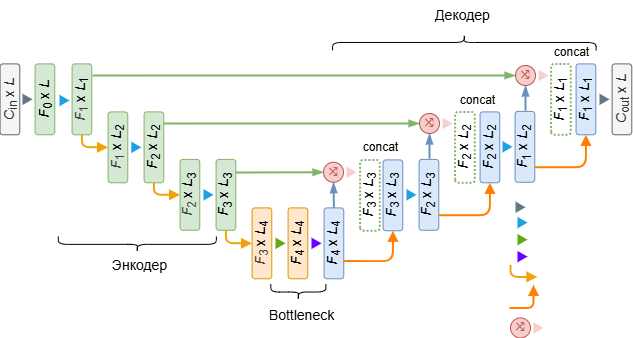
The draw.io diagram images/parametersEstimation/model_block_diagram.drawio.png in romangorbunov91/master-thesis-2026, before a commit. Source tidied: cells renumbered, new cells last; positions are measured from the earlier drawing's top-left corner, leaving out a move shared by most shapes.
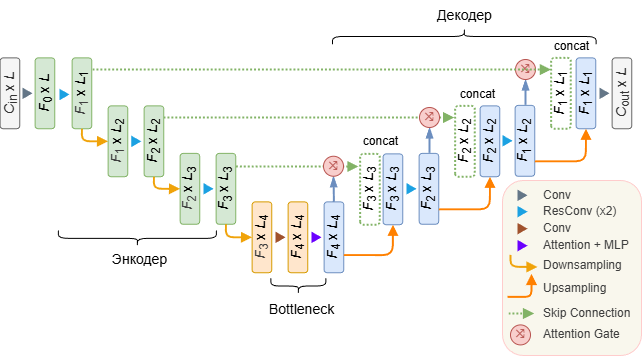
Later version of the same file.

What changed in the source:
```diff
@@ -2,6 +2,9 @@
   <root>
     <mxCell id="0" />
     <mxCell id="1" parent="0" />
+    <mxCell id="65" style="rounded=1;whiteSpace=wrap;html=1;fillColor=#f9f7ed;strokeColor=#FFCCCC;" parent="1" vertex="1">
+      <mxGeometry x="528" y="276" width="139" height="175" as="geometry" />
+    </mxCell>
     <mxCell id="2" value="&lt;font style=&quot;font-size: 14px; line-height: 100%;&quot;&gt;&lt;i&gt;C&lt;/i&gt;&lt;sub style=&quot;line-height: 100%;&quot;&gt;in&lt;/sub&gt; x &lt;i&gt;L&lt;/i&gt;&lt;/font&gt;" style="rounded=1;whiteSpace=wrap;html=1;rotation=-90;fillColor=#f5f5f5;strokeColor=#666666;glass=0;fontColor=#333333;" parent="1" vertex="1">
       <mxGeometry y="179" width="70.9" height="19.7" as="geometry" />
     </mxCell>
@@ -14,8 +17,10 @@
     <mxCell id="5" value="&lt;font style=&quot;font-size: 14px; line-height: 100%;&quot;&gt;&lt;i style=&quot;color: rgb(63, 63, 63); scrollbar-color: rgb(226, 226, 226) rgb(251, 251, 251);&quot;&gt;F&lt;/i&gt;&lt;sub style=&quot;color: rgb(63, 63, 63); scrollbar-color: rgb(226, 226, 226) rgb(251, 251, 251); line-height: 11.6667px;&quot;&gt;2&lt;/sub&gt;&amp;nbsp;x &lt;i&gt;L&lt;/i&gt;&lt;sub&gt;3&lt;/sub&gt;&lt;/font&gt;" style="rounded=1;whiteSpace=wrap;html=1;rotation=-90;fillColor=#d5e8d4;strokeColor=#82b366;" parent="1" vertex="1">
       <mxGeometry x="180" y="274.5" width="70.9" height="19.7" as="geometry" />
     </mxCell>
-    <mxCell id="6" style="edgeStyle=none;html=1;exitX=0.815;exitY=1.008;exitDx=0;exitDy=0;entryX=0;entryY=0.5;entryDx=0;entryDy=0;exitPerimeter=0;rounded=0;curved=0;fillColor=#d5e8d4;strokeColor=#82b366;strokeWidth=1.9685;endArrow=blockThin;endFill=1;" parent="1" edge="1" source="7" target="22">
-      <mxGeometry relative="1" as="geometry" />
+    <mxCell id="6" style="edgeStyle=none;html=1;exitX=0.815;exitY=1.008;exitDx=0;exitDy=0;exitPerimeter=0;rounded=0;curved=0;fillColor=#d5e8d4;strokeColor=#82b366;strokeWidth=1.9685;endArrow=block;endFill=1;dashed=1;dashPattern=1 1;" parent="1" edge="1" source="7">
+      <mxGeometry relative="1" as="geometry">
+        <mxPoint x="384" y="262" as="targetPoint" />
+      </mxGeometry>
     </mxCell>
     <mxCell id="7" value="&lt;font style=&quot;font-size: 14px; line-height: 100%;&quot;&gt;&lt;i&gt;F&lt;/i&gt;&lt;sub style=&quot;line-height: 100%;&quot;&gt;3&lt;/sub&gt;&amp;nbsp;x &lt;i&gt;L&lt;/i&gt;&lt;sub&gt;3&lt;/sub&gt;&lt;/font&gt;" style="rounded=1;whiteSpace=wrap;html=1;rotation=-90;fillColor=#d5e8d4;strokeColor=#82b366;" parent="1" vertex="1">
       <mxGeometry x="216" y="274.5" width="70.9" height="19.7" as="geometry" />
@@ -41,7 +46,7 @@
     <mxCell id="14" style="triangle;whiteSpace=wrap;html=1;fillColor=#1ba1e2;fontColor=#ffffff;strokeColor=none;" parent="1" vertex="1">
       <mxGeometry x="229" y="278.6" width="10" height="11.5" as="geometry" />
     </mxCell>
-    <mxCell id="15" style="triangle;whiteSpace=wrap;html=1;fillColor=#60a917;fontColor=#ffffff;strokeColor=none;" parent="1" vertex="1">
+    <mxCell id="15" style="triangle;whiteSpace=wrap;html=1;fillColor=#a0522d;fontColor=#ffffff;strokeColor=none;" parent="1" vertex="1">
       <mxGeometry x="301" y="327.1" width="10" height="11.5" as="geometry" />
     </mxCell>
     <mxCell id="16" value="&lt;font style=&quot;font-size: 14px; line-height: 100%;&quot;&gt;&lt;i&gt;F&lt;/i&gt;&lt;sub style=&quot;line-height: 100%;&quot;&gt;4&lt;/sub&gt;&amp;nbsp;x &lt;i&gt;L&lt;/i&gt;&lt;sub&gt;4&lt;/sub&gt;&lt;/font&gt;" style="rounded=1;whiteSpace=wrap;html=1;rotation=-90;fillColor=#dae8fc;strokeColor=#6c8ebf;" parent="1" vertex="1">
@@ -89,9 +94,6 @@
     <mxCell id="30" value="&lt;div style=&quot;text-align: left;&quot;&gt;&lt;span style=&quot;background-color: transparent; font-size: 14px; text-wrap-mode: wrap;&quot;&gt;Bottleneck&lt;/span&gt;&lt;/div&gt;" style="text;html=1;align=center;verticalAlign=middle;strokeColor=none;fillColor=none;" parent="1" vertex="1">
       <mxGeometry x="285" y="390" width="84" height="30" as="geometry" />
     </mxCell>
-    <mxCell id="31" style="triangle;whiteSpace=wrap;html=1;fillColor=#f8cecc;strokeColor=none;" parent="1" vertex="1">
-      <mxGeometry x="372" y="256" width="10" height="11.5" as="geometry" />
-    </mxCell>
     <mxCell id="32" style="shape=curlyBracket;whiteSpace=wrap;html=1;rounded=1;flipH=1;labelPosition=right;verticalLabelPosition=middle;align=left;verticalAlign=middle;rotation=90;" parent="1" vertex="1">
       <mxGeometry x="316" y="354" width="15.7" height="55.1" as="geometry" />
     </mxCell>
@@ -107,7 +109,7 @@
     <mxCell id="36" style="edgeStyle=orthogonalEdgeStyle;html=1;strokeColor=#FF8000;fillColor=#fa6800;endArrow=block;endFill=1;strokeWidth=1.9685;exitX=0.211;exitY=1.006;exitDx=0;exitDy=0;entryX=0;entryY=0.5;entryDx=0;entryDy=0;exitPerimeter=0;" parent="1" edge="1" source="24" target="26">
       <mxGeometry relative="1" as="geometry" />
     </mxCell>
-    <mxCell id="37" style="edgeStyle=none;html=1;exitX=0.836;exitY=0.986;exitDx=0;exitDy=0;entryX=0;entryY=0.5;entryDx=0;entryDy=0;exitPerimeter=0;rounded=0;curved=0;fillColor=#d5e8d4;strokeColor=#82b366;strokeWidth=1.9685;endArrow=blockThin;endFill=1;" parent="1" edge="1" source="4" target="39">
+    <mxCell id="37" style="edgeStyle=none;html=1;exitX=0.836;exitY=0.986;exitDx=0;exitDy=0;entryX=0.836;entryY=-0.05;entryDx=0;entryDy=0;exitPerimeter=0;rounded=0;curved=0;fillColor=#d5e8d4;strokeColor=#82b366;strokeWidth=1.9685;endArrow=block;endFill=1;entryPerimeter=0;dashed=1;dashPattern=1 1;" parent="1" edge="1" source="4" target="25">
       <mxGeometry relative="1" as="geometry" />
     </mxCell>
     <mxCell id="38" style="edgeStyle=none;html=1;exitX=1;exitY=0.5;exitDx=0;exitDy=0;rounded=0;curved=0;strokeWidth=1.9685;endArrow=blockThin;endFill=1;fillColor=#dae8fc;strokeColor=#6c8ebf;" parent="1" edge="1" target="39">
@@ -118,9 +120,6 @@
     <mxCell id="39" value="&lt;span style=&quot;font-family: ui-monospace, SFMono-Regular, &amp;quot;SF Mono&amp;quot;, Menlo, Consolas, &amp;quot;Liberation Mono&amp;quot;, monospace; font-size: 14px; letter-spacing: -0.56px; text-align: start; white-space-collapse: preserve-breaks; line-height: 100%;&quot;&gt;&lt;font style=&quot;color: rgb(184, 84, 80);&quot;&gt;⤨&lt;/font&gt;&lt;/span&gt;" style="ellipse;whiteSpace=wrap;html=1;fillColor=#f8cecc;strokeColor=#b85450;" parent="1" vertex="1">
       <mxGeometry x="445" y="203" width="20" height="20" as="geometry" />
     </mxCell>
-    <mxCell id="40" style="triangle;whiteSpace=wrap;html=1;fillColor=#f8cecc;strokeColor=none;" parent="1" vertex="1">
-      <mxGeometry x="468" y="207.2" width="10" height="11.5" as="geometry" />
-    </mxCell>
     <mxCell id="41" style="triangle;whiteSpace=wrap;html=1;fillColor=#1ba1e2;fontColor=#ffffff;strokeColor=none;" parent="1" vertex="1">
       <mxGeometry x="528" y="230.6" width="10" height="11.5" as="geometry" />
     </mxCell>
@@ -144,17 +143,14 @@
     <mxCell id="47" value="&lt;span style=&quot;font-family: ui-monospace, SFMono-Regular, &amp;quot;SF Mono&amp;quot;, Menlo, Consolas, &amp;quot;Liberation Mono&amp;quot;, monospace; font-size: 14px; letter-spacing: -0.56px; text-align: start; white-space-collapse: preserve-breaks; line-height: 100%;&quot;&gt;&lt;font style=&quot;color: rgb(184, 84, 80);&quot;&gt;⤨&lt;/font&gt;&lt;/span&gt;" style="ellipse;whiteSpace=wrap;html=1;fillColor=#f8cecc;strokeColor=#b85450;" parent="1" vertex="1">
       <mxGeometry x="541" y="155" width="20" height="20" as="geometry" />
     </mxCell>
-    <mxCell id="48" style="triangle;whiteSpace=wrap;html=1;fillColor=#f8cecc;strokeColor=none;" parent="1" vertex="1">
-      <mxGeometry x="564" y="159.2" width="10" height="11.5" as="geometry" />
-    </mxCell>
-    <mxCell id="49" style="edgeStyle=none;html=1;exitX=0.836;exitY=1.037;exitDx=0;exitDy=0;entryX=0;entryY=0.5;entryDx=0;entryDy=0;exitPerimeter=0;rounded=0;curved=0;fillColor=#d5e8d4;strokeColor=#82b366;strokeWidth=1.9685;endArrow=blockThin;endFill=1;" parent="1" edge="1" source="3" target="47">
+    <mxCell id="49" style="edgeStyle=none;html=1;exitX=0.836;exitY=1.037;exitDx=0;exitDy=0;entryX=0.836;entryY=-0.009;entryDx=0;entryDy=0;exitPerimeter=0;rounded=0;curved=0;fillColor=#d5e8d4;strokeColor=#82b366;strokeWidth=1.9685;endArrow=block;endFill=1;dashed=1;dashPattern=1 1;entryPerimeter=0;" parent="1" edge="1" source="3" target="43">
       <mxGeometry relative="1" as="geometry" />
     </mxCell>
     <mxCell id="50" style="shape=curlyBracket;whiteSpace=wrap;html=1;rounded=1;flipH=1;labelPosition=right;verticalLabelPosition=middle;align=left;verticalAlign=middle;rotation=-90;" parent="1" vertex="1">
       <mxGeometry x="482" y="0.2" width="15.7" height="263.6" as="geometry" />
     </mxCell>
     <mxCell id="51" value="&lt;div style=&quot;text-align: left;&quot;&gt;&lt;span style=&quot;background-color: transparent; font-size: 14px; text-wrap-mode: wrap;&quot;&gt;Декодер&lt;/span&gt;&lt;/div&gt;" style="text;html=1;align=center;verticalAlign=middle;strokeColor=none;fillColor=none;" parent="1" vertex="1">
-      <mxGeometry x="451" y="90" width="74" height="30" as="geometry" />
+      <mxGeometry x="453" y="96" width="74" height="30" as="geometry" />
     </mxCell>
     <mxCell id="52" style="triangle;whiteSpace=wrap;html=1;fillColor=#647687;fontColor=#ffffff;strokeColor=none;" parent="1" vertex="1">
       <mxGeometry x="625" y="183.1" width="10" height="11.5" as="geometry" />
@@ -163,42 +159,39 @@
       <mxGeometry x="612" y="179" width="70.9" height="19.7" as="geometry" />
     </mxCell>
     <mxCell id="54" style="triangle;whiteSpace=wrap;html=1;fillColor=#647687;fontColor=#ffffff;strokeColor=none;" parent="1" vertex="1">
-      <mxGeometry x="541" y="291" width="10" height="11.5" as="geometry" />
+      <mxGeometry x="543" y="285.1" width="10" height="11.5" as="geometry" />
     </mxCell>
     <mxCell id="55" style="triangle;whiteSpace=wrap;html=1;fillColor=#1ba1e2;fontColor=#ffffff;strokeColor=none;" parent="1" vertex="1">
-      <mxGeometry x="543" y="306.4" width="10" height="11.5" as="geometry" />
+      <mxGeometry x="543" y="301.4" width="10" height="11.5" as="geometry" />
     </mxCell>
-    <mxCell id="56" style="triangle;whiteSpace=wrap;html=1;fillColor=#60a917;fontColor=#ffffff;strokeColor=none;" parent="1" vertex="1">
-      <mxGeometry x="543" y="323.4" width="10" height="11.5" as="geometry" />
+    <mxCell id="56" style="triangle;whiteSpace=wrap;html=1;fillColor=#a0522d;fontColor=#ffffff;strokeColor=none;" parent="1" vertex="1">
+      <mxGeometry x="543" y="318.4" width="10" height="11.5" as="geometry" />
     </mxCell>
     <mxCell id="57" style="triangle;whiteSpace=wrap;html=1;fillColor=#6a00ff;fontColor=#ffffff;strokeColor=none;" parent="1" vertex="1">
-      <mxGeometry x="543" y="340.4" width="10" height="11.5" as="geometry" />
+      <mxGeometry x="543" y="335.4" width="10" height="11.5" as="geometry" />
     </mxCell>
     <mxCell id="58" style="edgeStyle=orthogonalEdgeStyle;html=1;strokeColor=#F0A30A;fillColor=#f0a30a;endArrow=block;endFill=1;strokeWidth=1.9685;exitX=0;exitY=0.5;exitDx=0;exitDy=0;entryX=0.5;entryY=0;entryDx=0;entryDy=0;" parent="1" edge="1">
       <mxGeometry relative="1" as="geometry">
-        <mxPoint x="536" y="354.4" as="sourcePoint" />
-        <mxPoint x="563" y="366.4" as="targetPoint" />
+        <mxPoint x="536" y="350.4" as="sourcePoint" />
+        <mxPoint x="563" y="362.4" as="targetPoint" />
         <Array as="points">
-          <mxPoint x="535.5" y="366.4" />
+          <mxPoint x="535.5" y="362.4" />
         </Array>
       </mxGeometry>
     </mxCell>
     <mxCell id="59" style="edgeStyle=orthogonalEdgeStyle;html=1;strokeColor=#FF8000;fillColor=#fa6800;endArrow=block;endFill=1;strokeWidth=1.9685;entryX=0;entryY=0.5;entryDx=0;entryDy=0;" parent="1" edge="1">
       <mxGeometry relative="1" as="geometry">
-        <mxPoint x="535" y="397.4" as="sourcePoint" />
-        <mxPoint x="559" y="374.4" as="targetPoint" />
+        <mxPoint x="533" y="392.4" as="sourcePoint" />
+        <mxPoint x="557" y="369.4" as="targetPoint" />
         <Array as="points">
-          <mxPoint x="537" y="397.4" />
-          <mxPoint x="559" y="397.4" />
+          <mxPoint x="535" y="392.4" />
+          <mxPoint x="557" y="392.4" />
         </Array>
       </mxGeometry>
     </mxCell>
     <mxCell id="60" value="&lt;span style=&quot;font-family: ui-monospace, SFMono-Regular, &amp;quot;SF Mono&amp;quot;, Menlo, Consolas, &amp;quot;Liberation Mono&amp;quot;, monospace; font-size: 14px; letter-spacing: -0.56px; text-align: start; white-space-collapse: preserve-breaks; line-height: 100%;&quot;&gt;&lt;font style=&quot;color: rgb(184, 84, 80);&quot;&gt;⤨&lt;/font&gt;&lt;/span&gt;" style="ellipse;whiteSpace=wrap;html=1;fillColor=#f8cecc;strokeColor=#b85450;" parent="1" vertex="1">
-      <mxGeometry x="536" y="407.4" width="20" height="20" as="geometry" />
+      <mxGeometry x="536" y="420.4" width="20" height="20" as="geometry" />
     </mxCell>
-    <mxCell id="61" style="triangle;whiteSpace=wrap;html=1;fillColor=#f8cecc;strokeColor=none;" parent="1" vertex="1">
-      <mxGeometry x="559" y="411.7" width="10" height="11.5" as="geometry" />
-    </mxCell>
     <mxCell id="62" value="&lt;div style=&quot;text-align: left;&quot;&gt;&lt;span style=&quot;background-color: transparent; text-wrap-mode: wrap;&quot;&gt;&lt;font&gt;concat&lt;/font&gt;&lt;/span&gt;&lt;/div&gt;" style="text;html=1;align=center;verticalAlign=middle;strokeColor=none;fillColor=none;" parent="1" vertex="1">
       <mxGeometry x="379" y="223.3" width="54" height="27" as="geometry" />
     </mxCell>
@@ -208,5 +201,35 @@
     <mxCell id="64" value="&lt;div style=&quot;text-align: left;&quot;&gt;&lt;span style=&quot;background-color: transparent; text-wrap-mode: wrap;&quot;&gt;&lt;font&gt;concat&lt;/font&gt;&lt;/span&gt;&lt;/div&gt;" style="text;html=1;align=center;verticalAlign=middle;strokeColor=none;fillColor=none;" parent="1" vertex="1">
       <mxGeometry x="570" y="128" width="54" height="27" as="geometry" />
     </mxCell>
+    <mxCell id="66" style="edgeStyle=none;html=1;rounded=0;curved=0;fillColor=#d5e8d4;strokeColor=#82b366;strokeWidth=1.9685;endArrow=block;endFill=1;dashed=1;dashPattern=1 1;" parent="1" edge="1">
+      <mxGeometry relative="1" as="geometry">
+        <mxPoint x="534" y="409" as="sourcePoint" />
+        <mxPoint x="559.6" y="409" as="targetPoint" />
+      </mxGeometry>
+    </mxCell>
+    <mxCell id="67" value="&lt;span style=&quot;color: rgb(63, 63, 63);&quot;&gt;&lt;font&gt;Conv&lt;/font&gt;&lt;/span&gt;" style="text;html=1;align=left;verticalAlign=middle;whiteSpace=wrap;rounded=0;" parent="1" vertex="1">
+      <mxGeometry x="567" y="280.8" width="90" height="20" as="geometry" />
+    </mxCell>
+    <mxCell id="68" value="&lt;span style=&quot;color: rgb(63, 63, 63);&quot;&gt;&lt;font&gt;ResConv (x2)&lt;/font&gt;&lt;/span&gt;" style="text;html=1;align=left;verticalAlign=middle;whiteSpace=wrap;rounded=0;" parent="1" vertex="1">
+      <mxGeometry x="567" y="297.1" width="90" height="20" as="geometry" />
+    </mxCell>
+    <mxCell id="69" value="&lt;span style=&quot;color: rgb(63, 63, 63);&quot;&gt;&lt;font&gt;Attention Gate&lt;/font&gt;&lt;/span&gt;" style="text;html=1;align=left;verticalAlign=middle;whiteSpace=wrap;rounded=0;" parent="1" vertex="1">
+      <mxGeometry x="567" y="420" width="90" height="20" as="geometry" />
+    </mxCell>
+    <mxCell id="70" value="&lt;span style=&quot;color: rgb(63, 63, 63);&quot;&gt;&lt;font&gt;Attention + MLP&lt;/font&gt;&lt;/span&gt;" style="text;html=1;align=left;verticalAlign=middle;whiteSpace=wrap;rounded=0;" parent="1" vertex="1">
+      <mxGeometry x="567" y="331" width="90" height="20" as="geometry" />
+    </mxCell>
+    <mxCell id="71" value="&lt;span style=&quot;color: rgb(63, 63, 63);&quot;&gt;&lt;font&gt;Conv&lt;/font&gt;&lt;/span&gt;" style="text;html=1;align=left;verticalAlign=middle;whiteSpace=wrap;rounded=0;" parent="1" vertex="1">
+      <mxGeometry x="567" y="314" width="90" height="20" as="geometry" />
+    </mxCell>
+    <mxCell id="72" value="&lt;span style=&quot;color: rgb(63, 63, 63);&quot;&gt;&lt;font&gt;Skip Connection&lt;/font&gt;&lt;/span&gt;" style="text;html=1;align=left;verticalAlign=middle;whiteSpace=wrap;rounded=0;" parent="1" vertex="1">
+      <mxGeometry x="567" y="399" width="90" height="20" as="geometry" />
+    </mxCell>
+    <mxCell id="73" value="&lt;span style=&quot;color: rgb(63, 63, 63);&quot;&gt;&lt;font&gt;Downsampling&lt;/font&gt;&lt;/span&gt;" style="text;html=1;align=left;verticalAlign=middle;whiteSpace=wrap;rounded=0;" parent="1" vertex="1">
+      <mxGeometry x="567" y="351" width="90" height="20" as="geometry" />
+    </mxCell>
+    <mxCell id="74" value="&lt;span style=&quot;color: rgb(63, 63, 63);&quot;&gt;&lt;font&gt;Upsampling&lt;/font&gt;&lt;/span&gt;" style="text;html=1;align=left;verticalAlign=middle;whiteSpace=wrap;rounded=0;" parent="1" vertex="1">
+      <mxGeometry x="567" y="374" width="90" height="20" as="geometry" />
+    </mxCell>
   </root>
 </mxGraphModel>
```
